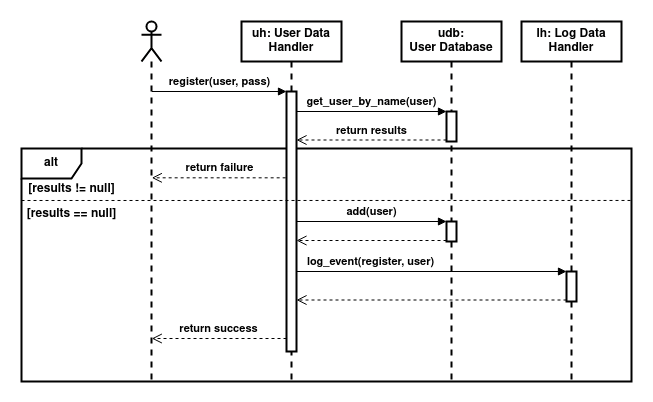
This is Documentation/Sequence diagrams/Sequence_Register.png from nemkrisz11/Computer-Security-Homework-2021-SHAjt, a draw.io export, as it was before one commit. Source tidied: cells renumbered, new cells last; positions are measured from the earlier drawing's top-left corner, leaving out a move shared by most shapes.
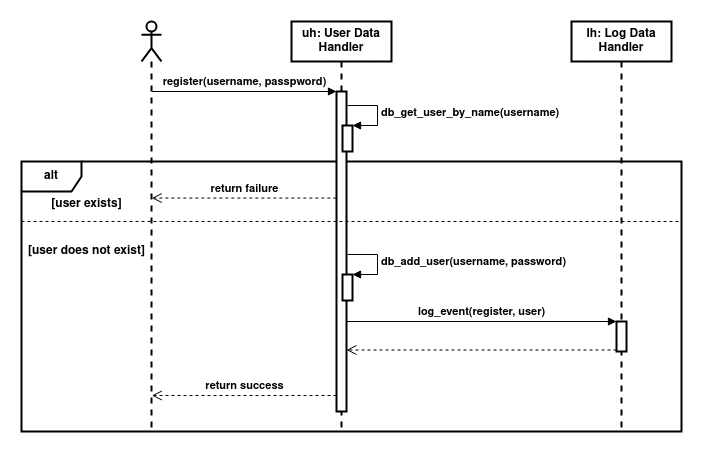
The same diagram one commit later.

Commit message:
Fixed register sequence

The edit, as a diff of the source:
```diff
@@ -3,69 +3,74 @@
     <mxCell id="0" />
     <mxCell id="1" parent="0" />
     <mxCell id="2" value="&lt;b&gt;alt&lt;/b&gt;" style="shape=umlFrame;whiteSpace=wrap;html=1;strokeWidth=2;" parent="1" vertex="1">
-      <mxGeometry y="127" width="610" height="233" as="geometry" />
+      <mxGeometry x="-50" y="90" width="660" height="270" as="geometry" />
     </mxCell>
     <mxCell id="3" value="&lt;div&gt;&lt;b&gt;uh: User Data Handler&lt;/b&gt;&lt;/div&gt;" style="shape=umlLifeline;perimeter=lifelinePerimeter;whiteSpace=wrap;html=1;strokeWidth=2;" parent="1" vertex="1">
-      <mxGeometry x="220" width="100" height="360" as="geometry" />
+      <mxGeometry x="220" y="-50" width="100" height="410" as="geometry" />
     </mxCell>
     <mxCell id="4" style="html=1;points=[];perimeter=orthogonalPerimeter;strokeWidth=2;" parent="3" vertex="1">
-      <mxGeometry x="45" y="70" width="10" height="260" as="geometry" />
+      <mxGeometry x="45" y="70" width="10" height="320" as="geometry" />
     </mxCell>
+    <mxCell id="23" style="html=1;points=[];perimeter=orthogonalPerimeter;strokeWidth=2;align=center;" parent="3" vertex="1">
+      <mxGeometry x="51" y="253" width="10" height="26" as="geometry" />
+    </mxCell>
+    <mxCell id="24" value="&lt;b&gt;db_add_user(username, password)&lt;/b&gt;" style="edgeStyle=orthogonalEdgeStyle;html=1;align=left;spacingLeft=2;endArrow=block;rounded=0;entryX=1;entryY=0;strokeWidth=1;" parent="3" edge="1" target="23">
+      <mxGeometry relative="1" as="geometry">
+        <mxPoint x="56" y="233" as="sourcePoint" />
+        <Array as="points">
+          <mxPoint x="86" y="233" />
+        </Array>
+      </mxGeometry>
+    </mxCell>
     <mxCell id="5" style="shape=umlLifeline;participant=umlActor;perimeter=lifelinePerimeter;whiteSpace=wrap;html=1;verticalAlign=top;spacingTop=36;outlineConnect=0;strokeWidth=2;" parent="1" vertex="1">
-      <mxGeometry x="120" width="20" height="360" as="geometry" />
+      <mxGeometry x="70" y="-50" width="20" height="410" as="geometry" />
     </mxCell>
     <mxCell id="6" value="&lt;div&gt;&lt;b&gt;lh: Log Data Handler&lt;/b&gt;&lt;/div&gt;" style="shape=umlLifeline;perimeter=lifelinePerimeter;whiteSpace=wrap;html=1;strokeWidth=2;" parent="1" vertex="1">
-      <mxGeometry x="500" width="100" height="360" as="geometry" />
+      <mxGeometry x="500" y="-50" width="100" height="410" as="geometry" />
     </mxCell>
     <mxCell id="7" style="html=1;points=[];perimeter=orthogonalPerimeter;strokeWidth=2;" parent="6" vertex="1">
-      <mxGeometry x="45" y="250" width="10" height="30" as="geometry" />
+      <mxGeometry x="45" y="300" width="10" height="30" as="geometry" />
     </mxCell>
-    <mxCell id="8" value="&lt;div&gt;&lt;b&gt;udb:&lt;/b&gt;&lt;/div&gt;&lt;div&gt;&lt;b&gt; User Database&lt;br&gt;&lt;/b&gt;&lt;/div&gt;" style="shape=umlLifeline;perimeter=lifelinePerimeter;whiteSpace=wrap;html=1;strokeWidth=2;" parent="1" vertex="1">
-      <mxGeometry x="380" width="100" height="360" as="geometry" />
-    </mxCell>
-    <mxCell id="9" style="html=1;points=[];perimeter=orthogonalPerimeter;strokeWidth=2;" parent="8" vertex="1">
-      <mxGeometry x="45" y="90" width="10" height="30" as="geometry" />
-    </mxCell>
-    <mxCell id="10" style="html=1;points=[];perimeter=orthogonalPerimeter;strokeWidth=2;" parent="8" vertex="1">
-      <mxGeometry x="45" y="200" width="10" height="20" as="geometry" />
-    </mxCell>
     <mxCell id="11" value="&lt;b&gt;return success&lt;br&gt;&lt;/b&gt;" style="html=1;verticalAlign=bottom;endArrow=open;dashed=1;endSize=8;exitX=0;exitY=0.95;rounded=0;" parent="1" edge="1" source="4" target="5">
       <mxGeometry relative="1" as="geometry" />
     </mxCell>
-    <mxCell id="12" value="&lt;b&gt;register(user, pass)&lt;/b&gt;" style="html=1;verticalAlign=bottom;endArrow=block;entryX=0;entryY=0;rounded=0;" parent="1" edge="1" source="5" target="4">
+    <mxCell id="12" value="&lt;b&gt;register(username, passpword)&lt;/b&gt;" style="html=1;verticalAlign=bottom;endArrow=block;entryX=0;entryY=0;rounded=0;" parent="1" edge="1" source="5" target="4">
       <mxGeometry relative="1" as="geometry" />
     </mxCell>
-    <mxCell id="13" value="&lt;b&gt;return failure&lt;/b&gt;" style="html=1;verticalAlign=bottom;endArrow=open;dashed=1;endSize=8;rounded=0;exitX=-0.083;exitY=0.332;exitDx=0;exitDy=0;exitPerimeter=0;" parent="1" edge="1" source="4" target="5">
+    <mxCell id="13" value="&lt;b&gt;return failure&lt;/b&gt;" style="html=1;verticalAlign=bottom;endArrow=open;dashed=1;endSize=8;rounded=0;exitX=-0.014;exitY=0.333;exitDx=0;exitDy=0;exitPerimeter=0;" parent="1" edge="1" source="4" target="5">
       <mxGeometry x="-0.01" relative="1" as="geometry" />
     </mxCell>
-    <mxCell id="14" value="&lt;b&gt;get_user_by_name(user)&lt;/b&gt;" style="html=1;verticalAlign=bottom;endArrow=block;entryX=0;entryY=0;rounded=0;" parent="1" edge="1" source="4" target="9">
-      <mxGeometry relative="1" as="geometry" />
-    </mxCell>
-    <mxCell id="15" value="&lt;b&gt;return results&lt;br&gt;&lt;/b&gt;" style="html=1;verticalAlign=bottom;endArrow=open;dashed=1;endSize=8;exitX=0;exitY=0.95;rounded=0;" parent="1" edge="1" source="9" target="4">
-      <mxGeometry relative="1" as="geometry" />
-    </mxCell>
-    <mxCell id="16" style="html=1;verticalAlign=bottom;endArrow=open;dashed=1;endSize=8;exitX=0;exitY=0.95;rounded=0;" parent="1" edge="1" source="10" target="4">
-      <mxGeometry relative="1" as="geometry" />
-    </mxCell>
-    <mxCell id="17" value="&lt;b&gt;add(user)&lt;/b&gt;" style="html=1;verticalAlign=bottom;endArrow=block;entryX=0;entryY=0;rounded=0;" parent="1" edge="1" source="4" target="10">
-      <mxGeometry relative="1" as="geometry" />
-    </mxCell>
-    <mxCell id="18" style="endArrow=none;dashed=1;html=1;strokeWidth=1;rounded=0;entryX=0.999;entryY=0.223;entryDx=0;entryDy=0;entryPerimeter=0;" parent="1" edge="1" target="2">
+    <mxCell id="18" style="endArrow=none;dashed=1;html=1;strokeWidth=1;rounded=0;exitX=0;exitY=0.222;exitDx=0;exitDy=0;exitPerimeter=0;" parent="1" edge="1" source="2">
       <mxGeometry relative="1" as="geometry">
-        <mxPoint y="179" as="sourcePoint" />
+        <mxPoint x="610" y="150" as="targetPoint" />
       </mxGeometry>
     </mxCell>
-    <mxCell id="19" value="&lt;b&gt;[results != null]&lt;/b&gt;" style="text;html=1;align=center;verticalAlign=middle;strokeColor=none;fillColor=none;" parent="1" vertex="1">
-      <mxGeometry y="158" width="100" height="20" as="geometry" />
+    <mxCell id="19" value="&lt;b&gt;[user exists]&lt;/b&gt;" style="text;html=1;align=center;verticalAlign=middle;strokeColor=none;fillColor=none;" parent="1" vertex="1">
+      <mxGeometry x="-30" y="123" width="90" height="20" as="geometry" />
     </mxCell>
-    <mxCell id="20" value="&lt;b&gt;[results == null]&lt;/b&gt;" style="text;html=1;align=center;verticalAlign=middle;strokeColor=none;fillColor=none;" parent="1" vertex="1">
-      <mxGeometry y="183" width="100" height="20" as="geometry" />
+    <mxCell id="20" value="&lt;b&gt;[user does not exist]&lt;br&gt;&lt;/b&gt;" style="text;html=1;align=center;verticalAlign=middle;strokeColor=none;fillColor=none;" parent="1" vertex="1">
+      <mxGeometry x="-50" y="170" width="130" height="20" as="geometry" />
     </mxCell>
-    <mxCell id="21" style="html=1;verticalAlign=bottom;endArrow=open;endSize=8;exitX=0;exitY=0.95;rounded=0;strokeWidth=1;dashed=1;" parent="1" edge="1" source="7" target="4">
-      <mxGeometry relative="1" as="geometry" />
+    <mxCell id="21" style="html=1;verticalAlign=bottom;endArrow=open;endSize=8;exitX=0;exitY=0.95;rounded=0;strokeWidth=1;dashed=1;" parent="1" edge="1" source="7">
+      <mxGeometry relative="1" as="geometry">
+        <mxPoint x="275" y="278.5" as="targetPoint" />
+      </mxGeometry>
     </mxCell>
-    <mxCell id="22" value="&lt;b&gt;log_event(register, user)&lt;br&gt;&lt;/b&gt;" style="html=1;verticalAlign=bottom;endArrow=block;entryX=0;entryY=0;rounded=0;strokeWidth=1;" parent="1" edge="1" source="4" target="7">
-      <mxGeometry x="-0.45" relative="1" as="geometry" />
+    <mxCell id="22" value="&lt;b&gt;log_event(register, user)&lt;br&gt;&lt;/b&gt;" style="html=1;verticalAlign=bottom;endArrow=block;entryX=0;entryY=0;rounded=0;strokeWidth=1;" parent="1" edge="1" target="7">
+      <mxGeometry relative="1" as="geometry">
+        <mxPoint x="275" y="250" as="sourcePoint" />
+      </mxGeometry>
     </mxCell>
+    <mxCell id="25" style="html=1;points=[];perimeter=orthogonalPerimeter;strokeWidth=2;align=center;" parent="1" vertex="1">
+      <mxGeometry x="271" y="54" width="10" height="26" as="geometry" />
+    </mxCell>
+    <mxCell id="26" value="&lt;b&gt;db_get_user_by_name(username)&lt;/b&gt;" style="edgeStyle=orthogonalEdgeStyle;html=1;align=left;spacingLeft=2;endArrow=block;rounded=0;entryX=1;entryY=0;strokeWidth=1;" parent="1" edge="1" target="25">
+      <mxGeometry relative="1" as="geometry">
+        <mxPoint x="276" y="34" as="sourcePoint" />
+        <Array as="points">
+          <mxPoint x="306" y="34" />
+        </Array>
+      </mxGeometry>
+    </mxCell>
   </root>
 </mxGraphModel>
```
